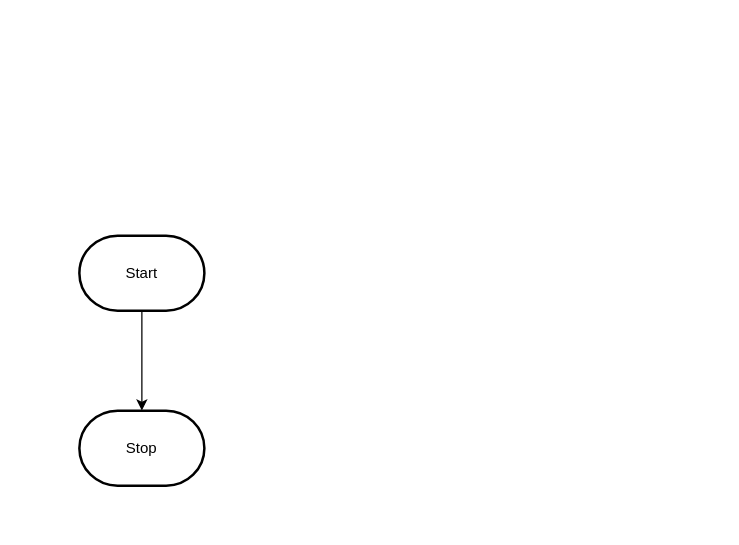
This is design/flowchart.drawio from MTHS-ICD2O-1-2023/ICD2O-Unit-3-02-dang-2nguyen, a draw.io file, before an edit. Source tidied: cells renumbered, new cells numbered last; positions are measured from the earlier drawing's top-left corner, leaving out a move shared by most shapes. Both pictures are drawn from the tidied source at 125%, with x=0, y=0 at pixel (79, 235).
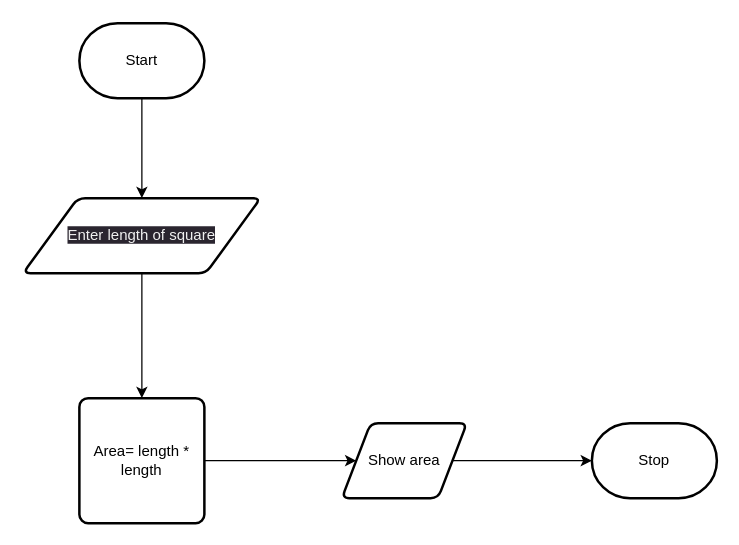
Above is the later version.

What changed in the source:
```diff
@@
 <mxGraphModel>
   <root>
     <mxCell id="0" />
     <mxCell id="1" parent="0" />
-    <mxCell id="2" style="edgeStyle=orthogonalEdgeStyle;html=1;rounded=0;" parent="1" edge="1" source="3" target="4">
-      <mxGeometry relative="1" as="geometry" />
-    </mxCell>
+    <mxCell id="5" style="edgeStyle=none;html=1;entryX=0.5;entryY=0;entryDx=0;entryDy=0;" parent="1" edge="1" source="3">
+      <mxGeometry relative="1" as="geometry">
+        <mxPoint x="50" y="-30" as="targetPoint" />
+      </mxGeometry>
+    </mxCell>
     <mxCell id="3" value="Start" style="strokeWidth=2;html=1;shape=mxgraph.flowchart.terminator;whiteSpace=wrap;" parent="1" vertex="1">
-      <mxGeometry width="100" height="60" as="geometry" />
+      <mxGeometry y="-170" width="100" height="60" as="geometry" />
     </mxCell>
     <mxCell id="4" value="Stop" style="strokeWidth=2;html=1;shape=mxgraph.flowchart.terminator;whiteSpace=wrap;" parent="1" vertex="1">
-      <mxGeometry y="140" width="100" height="60" as="geometry" />
+      <mxGeometry x="410" y="150" width="100" height="60" as="geometry" />
     </mxCell>
+    <mxCell id="6" style="edgeStyle=none;html=1;" parent="1" edge="1" source="7" target="9">
+      <mxGeometry relative="1" as="geometry" />
+    </mxCell>
+    <mxCell id="7" value="&lt;span style=&quot;color: rgb(240, 240, 240); font-family: Helvetica; font-size: 12px; font-style: normal; font-variant-ligatures: normal; font-variant-caps: normal; font-weight: 400; letter-spacing: normal; orphans: 2; text-align: center; text-indent: 0px; text-transform: none; widows: 2; word-spacing: 0px; -webkit-text-stroke-width: 0px; background-color: rgb(42, 37, 47); text-decoration-thickness: initial; text-decoration-style: initial; text-decoration-color: initial; float: none; display: inline !important;&quot;&gt;Enter length of square&lt;/span&gt;" style="shape=parallelogram;html=1;strokeWidth=2;perimeter=parallelogramPerimeter;whiteSpace=wrap;rounded=1;arcSize=12;size=0.23;" parent="1" vertex="1">
+      <mxGeometry x="-45" y="-30" width="190" height="60" as="geometry" />
+    </mxCell>
+    <mxCell id="8" style="edgeStyle=none;html=1;" parent="1" edge="1" source="9" target="11">
+      <mxGeometry relative="1" as="geometry" />
+    </mxCell>
+    <mxCell id="9" value="Area= length * length" style="rounded=1;whiteSpace=wrap;html=1;absoluteArcSize=1;arcSize=14;strokeWidth=2;" parent="1" vertex="1">
+      <mxGeometry y="130" width="100" height="100" as="geometry" />
+    </mxCell>
+    <mxCell id="10" style="edgeStyle=none;html=1;" parent="1" edge="1" source="11" target="4">
+      <mxGeometry relative="1" as="geometry" />
+    </mxCell>
+    <mxCell id="11" value="Show area" style="shape=parallelogram;html=1;strokeWidth=2;perimeter=parallelogramPerimeter;whiteSpace=wrap;rounded=1;arcSize=12;size=0.23;" parent="1" vertex="1">
+      <mxGeometry x="210" y="150" width="100" height="60" as="geometry" />
+    </mxCell>
   </root>
 </mxGraphModel>
```
